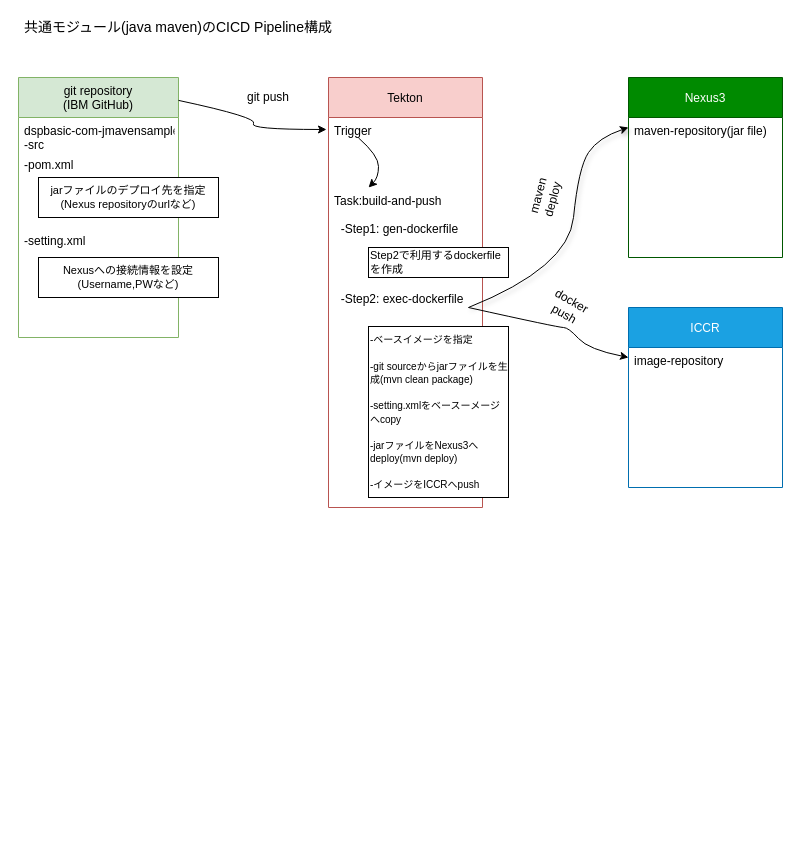
Above: Untitled Diagram.drawio in hongzhen-wang1/dspbank-api-test (draw.io), before the change. Source tidied: cells renumbered, new cells numbered last; positions are measured from the earlier drawing's top-left corner, leaving out a move shared by most shapes. Both pictures are drawn from the tidied source at 100%, with x=0, y=0 at pixel (18, 17).
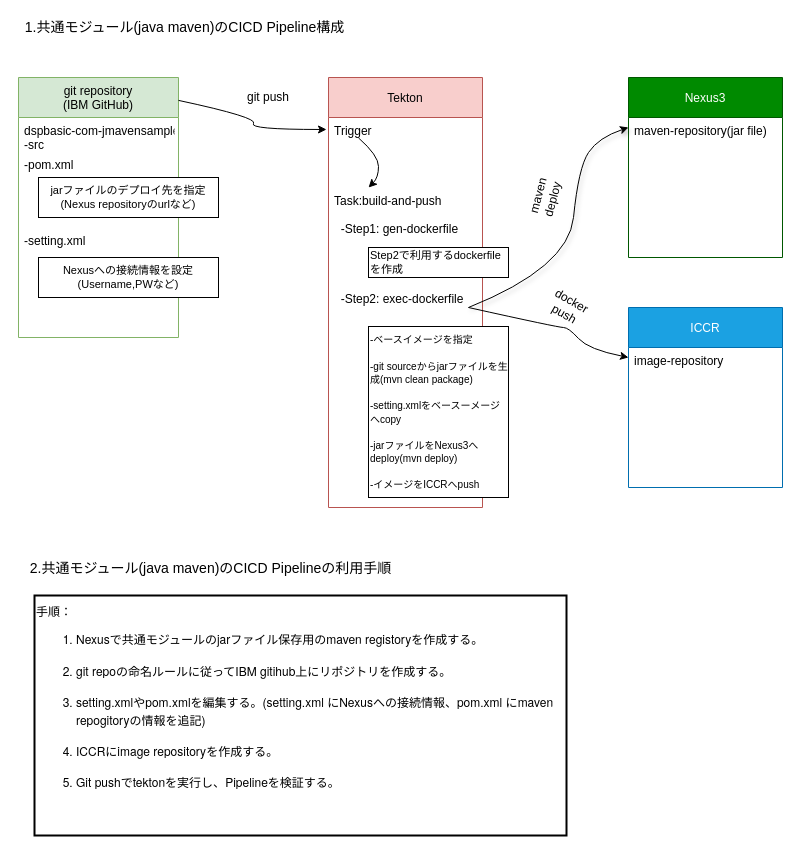
The same diagram, later.

What changed in the source:
```diff
@@
-    <mxCell id="24" value="&lt;font style=&quot;font-size: 14px&quot;&gt;共通モジュール(java maven)のCICD Pipeline構成&lt;/font&gt;" style="text;html=1;strokeColor=none;fillColor=none;align=center;verticalAlign=middle;whiteSpace=wrap;rounded=0;fontSize=11;strokeWidth=2;" parent="1" vertex="1">
-      <mxGeometry width="320" height="20" as="geometry" />
+    <mxCell id="24" value="&lt;font style=&quot;font-size: 14px&quot;&gt;1.共通モジュール(java maven)のCICD Pipeline構成&lt;/font&gt;" style="text;html=1;strokeColor=none;fillColor=none;align=center;verticalAlign=middle;whiteSpace=wrap;rounded=0;fontSize=11;strokeWidth=2;" parent="1" vertex="1">
+      <mxGeometry x="-1" width="335" height="20" as="geometry" />
     </mxCell>
+    <mxCell id="25" value="&lt;font style=&quot;font-size: 14px&quot;&gt;2.共通モジュール(java maven)のCICD Pipelineの利用手順&lt;/font&gt;" style="text;html=1;strokeColor=none;fillColor=none;align=center;verticalAlign=middle;whiteSpace=wrap;rounded=0;fontSize=11;strokeWidth=2;" parent="1" vertex="1">
+      <mxGeometry x="9" y="541" width="367" height="20" as="geometry" />
+    </mxCell>
+    <mxCell id="26" value="&lt;p style=&quot;margin: 0.0px 0.0px 0.0px 0.0px ; font: 12.0px &amp;#34;helvetica neue&amp;#34;&quot;&gt;手順：&lt;/p&gt;&lt;ol style=&quot;list-style-type: decimal&quot;&gt;&lt;li style=&quot;margin: 0.0px 0.0px 0.0px 0.0px ; font: 12.0px &amp;#34;helvetica neue&amp;#34;&quot;&gt;Nexus&lt;span style=&quot;font: 12.0px &amp;#34;hiragino sans&amp;#34;&quot;&gt;で共通モジュールの&lt;/span&gt;jar&lt;span style=&quot;font: 12.0px &amp;#34;hiragino sans&amp;#34;&quot;&gt;ファイル保存用の&lt;/span&gt;maven registory&lt;span style=&quot;font: 12.0px &amp;#34;hiragino sans&amp;#34;&quot;&gt;を作成する。&lt;/span&gt;&lt;/li&gt;&lt;br&gt;&lt;li style=&quot;margin: 0.0px 0.0px 0.0px 0.0px ; font: 12.0px &amp;#34;helvetica neue&amp;#34;&quot;&gt; git repo&lt;span style=&quot;font: 12.0px &amp;#34;hiragino sans&amp;#34;&quot;&gt;の命名ルールに従って&lt;/span&gt;IBM gitihub&lt;span style=&quot;font: 12.0px &amp;#34;hiragino sans&amp;#34;&quot;&gt;上にリポジトリを作成する。&lt;/span&gt;&lt;/li&gt;&lt;br&gt;&lt;li style=&quot;margin: 0.0px 0.0px 0.0px 0.0px ; font: 12.0px &amp;#34;helvetica neue&amp;#34;&quot;&gt;setting.xml&lt;span style=&quot;font: 12.0px &amp;#34;hiragino sans&amp;#34;&quot;&gt;や&lt;/span&gt;pom.xml&lt;span style=&quot;font: 12.0px &amp;#34;hiragino sans&amp;#34;&quot;&gt;を編集する。&lt;/span&gt;(setting.xml &lt;span style=&quot;font: 12.0px &amp;#34;hiragino sans&amp;#34;&quot;&gt;に&lt;/span&gt;Nexus&lt;span style=&quot;font: 12.0px &amp;#34;hiragino sans&amp;#34;&quot;&gt;への接続情報、&lt;/span&gt;pom.xml &lt;span style=&quot;font: 12.0px &amp;#34;hiragino sans&amp;#34;&quot;&gt;に&lt;/span&gt;maven repogitory&lt;span style=&quot;font: 12.0px &amp;#34;hiragino sans&amp;#34;&quot;&gt;の情報を追記&lt;/span&gt;)&lt;/li&gt;&lt;br&gt;&lt;li style=&quot;margin: 0.0px 0.0px 0.0px 0.0px ; font: 12.0px &amp;#34;helvetica neue&amp;#34;&quot;&gt;ICCR&lt;span style=&quot;font: 12.0px &amp;#34;hiragino sans&amp;#34;&quot;&gt;に&lt;/span&gt;image repository&lt;span style=&quot;font: 12.0px &amp;#34;hiragino sans&amp;#34;&quot;&gt;を作成する。&lt;/span&gt;&lt;/li&gt;&lt;br&gt;&lt;li style=&quot;margin: 0.0px 0.0px 0.0px 0.0px ; font: 12.0px &amp;#34;helvetica neue&amp;#34;&quot;&gt;Git push&lt;span style=&quot;font: 12.0px &amp;#34;hiragino sans&amp;#34;&quot;&gt;で&lt;/span&gt;tekton&lt;span style=&quot;font: 12.0px &amp;#34;hiragino sans&amp;#34;&quot;&gt;を実行し、&lt;/span&gt;Pipeline&lt;span style=&quot;font: 12.0px &amp;#34;hiragino sans&amp;#34;&quot;&gt;を検証する。&lt;/span&gt;&lt;/li&gt;&lt;br&gt;&lt;/ol&gt;&lt;br&gt;" style="rounded=0;whiteSpace=wrap;html=1;strokeWidth=2;fontSize=11;align=left;" parent="1" vertex="1">
+      <mxGeometry x="16" y="578" width="532" height="240" as="geometry" />
+    </mxCell>
```
